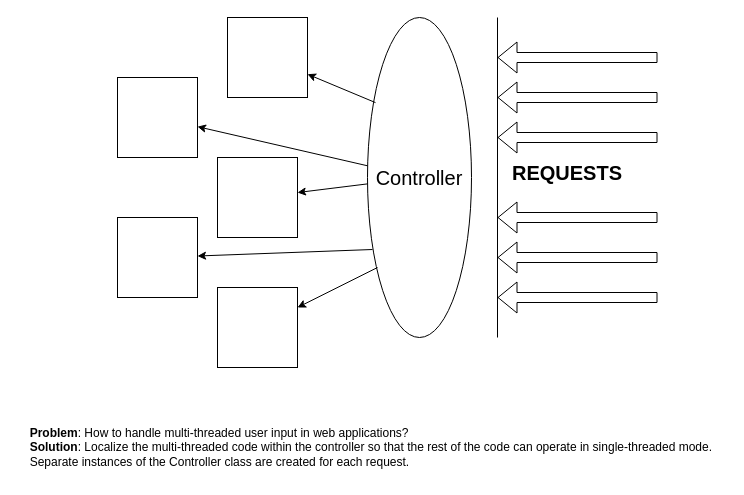
The draw.io diagram GRASP Patterns/Controller/Controller.drawio in weaver-0f-fate/proficiency_playground, before the edit. Source tidied: cells renumbered, new cells numbered last; positions are measured from the earlier drawing's top-left corner, leaving out a move shared by most shapes. Both pictures are drawn from the tidied source at 100%, with x=0, y=0 at pixel (17, 17).
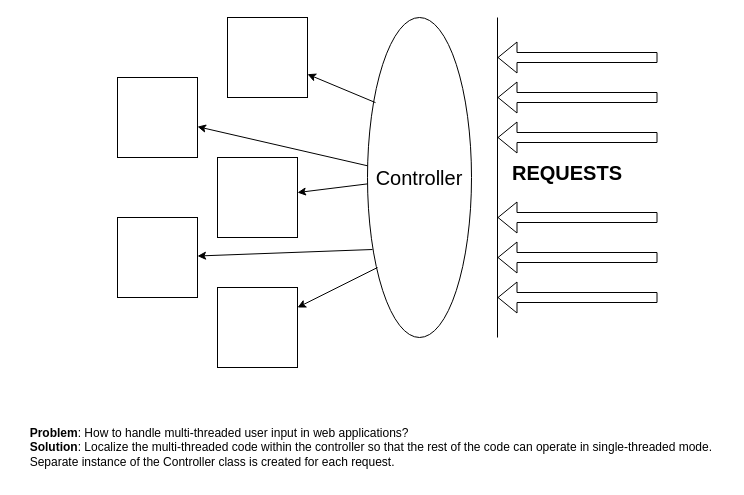
The same page after the edit.

Commit message (it also covers changes not shown here):
controller text adjustments

Change to the diagram source:
```diff
@@
-    <mxCell id="2" value="&lt;div style=&quot;text-align: justify;&quot;&gt;&lt;b style=&quot;background-color: initial;&quot;&gt;Problem&lt;/b&gt;&lt;span style=&quot;background-color: initial;&quot;&gt;:&amp;nbsp;&lt;/span&gt;&lt;span style=&quot;background-color: initial;&quot;&gt;How to handle multi-threaded user input in web applications?&lt;/span&gt;&lt;/div&gt;&lt;div style=&quot;text-align: justify;&quot;&gt;&lt;b style=&quot;font-weight: bold; background-color: initial;&quot;&gt;Solution&lt;/b&gt;&lt;span style=&quot;background-color: initial;&quot;&gt;:&amp;nbsp;&lt;/span&gt;&lt;span style=&quot;background-color: initial;&quot;&gt;Localize the multi-threaded code within the controller so that the rest of the code can operate in single-threaded mode.&amp;nbsp;&lt;/span&gt;&lt;/div&gt;&lt;div style=&quot;text-align: justify;&quot;&gt;&lt;span style=&quot;background-color: initial;&quot;&gt;Separate instances of the Controller class are created for each request.&lt;/span&gt;&lt;/div&gt;" style="text;html=1;align=center;verticalAlign=middle;strokeColor=none;fillColor=none;sketch=0;" parent="1" vertex="1">
+    <mxCell id="2" value="&lt;div style=&quot;text-align: justify;&quot;&gt;&lt;b style=&quot;background-color: initial;&quot;&gt;Problem&lt;/b&gt;&lt;span style=&quot;background-color: initial;&quot;&gt;:&amp;nbsp;&lt;/span&gt;&lt;span style=&quot;background-color: initial;&quot;&gt;How to handle multi-threaded user input in web applications?&lt;/span&gt;&lt;/div&gt;&lt;div style=&quot;text-align: justify;&quot;&gt;&lt;b style=&quot;font-weight: bold; background-color: initial;&quot;&gt;Solution&lt;/b&gt;&lt;span style=&quot;background-color: initial;&quot;&gt;:&amp;nbsp;&lt;/span&gt;&lt;span style=&quot;background-color: initial;&quot;&gt;Localize the multi-threaded code within the controller so that the rest of the code can operate in single-threaded mode.&amp;nbsp;&lt;/span&gt;&lt;/div&gt;&lt;div style=&quot;text-align: justify;&quot;&gt;&lt;span style=&quot;background-color: initial;&quot;&gt;Separate instance of the Controller class is created for each request.&lt;/span&gt;&lt;/div&gt;" style="text;html=1;align=center;verticalAlign=middle;strokeColor=none;fillColor=none;sketch=0;" parent="1" vertex="1">
       <mxGeometry y="400" width="710" height="60" as="geometry" />
     </mxCell>
```
